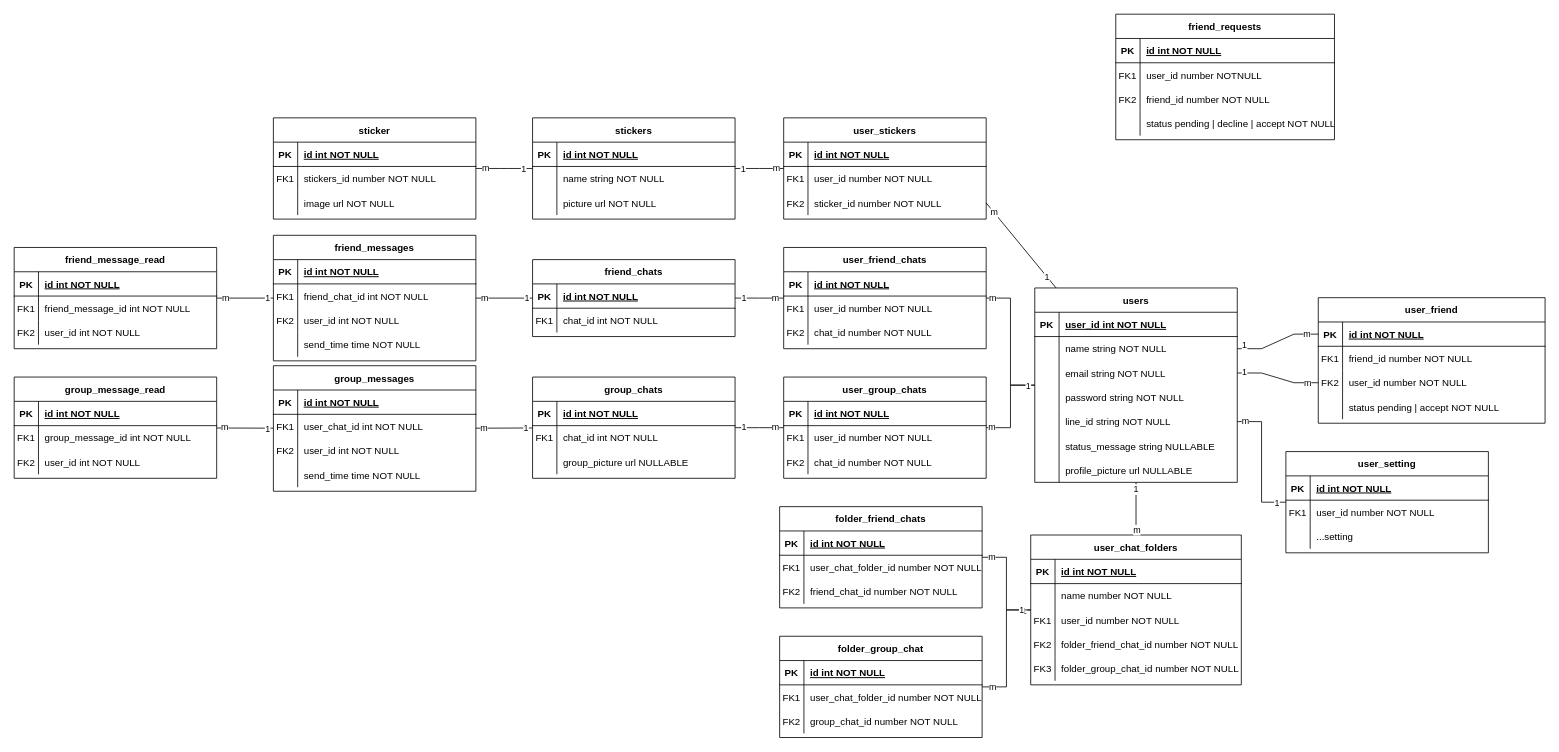
This is diagram/ER_diagram.drawio from MeowKyWay/LINE-Clone, a draw.io file, before an edit. Source tidied: cells renumbered, new cells numbered last; positions are measured from the earlier drawing's top-left corner, leaving out a move shared by most shapes. Both pictures are drawn from the tidied source at 81%, with x=0, y=0 at pixel (14, 14).
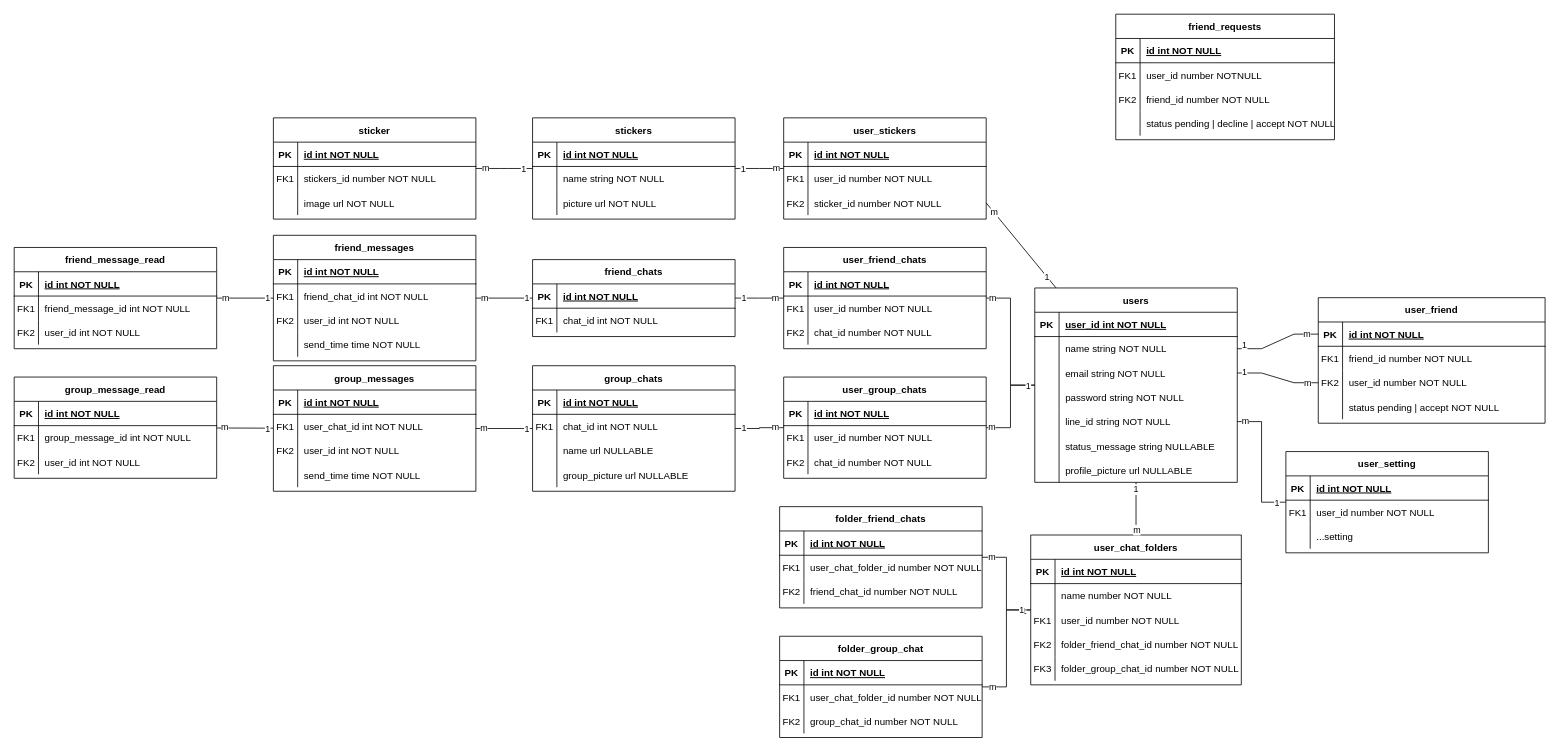
Above is the later version.

The edit, as a diff of the source:
```diff
@@
     <mxCell id="75" value="group_chats" style="shape=table;startSize=30;childLayout=tableLayout;rowLines=0;fontStyle=1;align=center;" parent="1" vertex="1">
-      <mxGeometry x="640" y="448" width="250" height="125" as="geometry" />
+      <mxGeometry x="640" y="434" width="250" height="155" as="geometry" />
     </mxCell>
@@
+    <mxCell id="259" style="shape=partialRectangle;fillColor=none;top=0;left=0;right=0;bottom=0;" parent="75" vertex="1">
+      <mxGeometry y="90" width="250" height="30" as="geometry" />
+    </mxCell>
+    <mxCell id="260" style="shape=partialRectangle;overflow=hidden;fillColor=none;top=0;left=0;bottom=0;right=0;" parent="259" vertex="1">
+      <mxGeometry width="30" height="30" as="geometry" />
+    </mxCell>
+    <mxCell id="261" value="name url NULLABLE" style="shape=partialRectangle;overflow=hidden;fillColor=none;top=0;left=0;bottom=0;right=0;align=left;spacingLeft=6;" parent="259" vertex="1">
+      <mxGeometry x="30" width="220" height="30" as="geometry" />
+    </mxCell>
     <mxCell id="82" style="shape=partialRectangle;fillColor=none;top=0;left=0;right=0;bottom=0;" parent="75" vertex="1">
-      <mxGeometry y="90" width="250" height="30" as="geometry" />
+      <mxGeometry y="120" width="250" height="30" as="geometry" />
     </mxCell>
```
